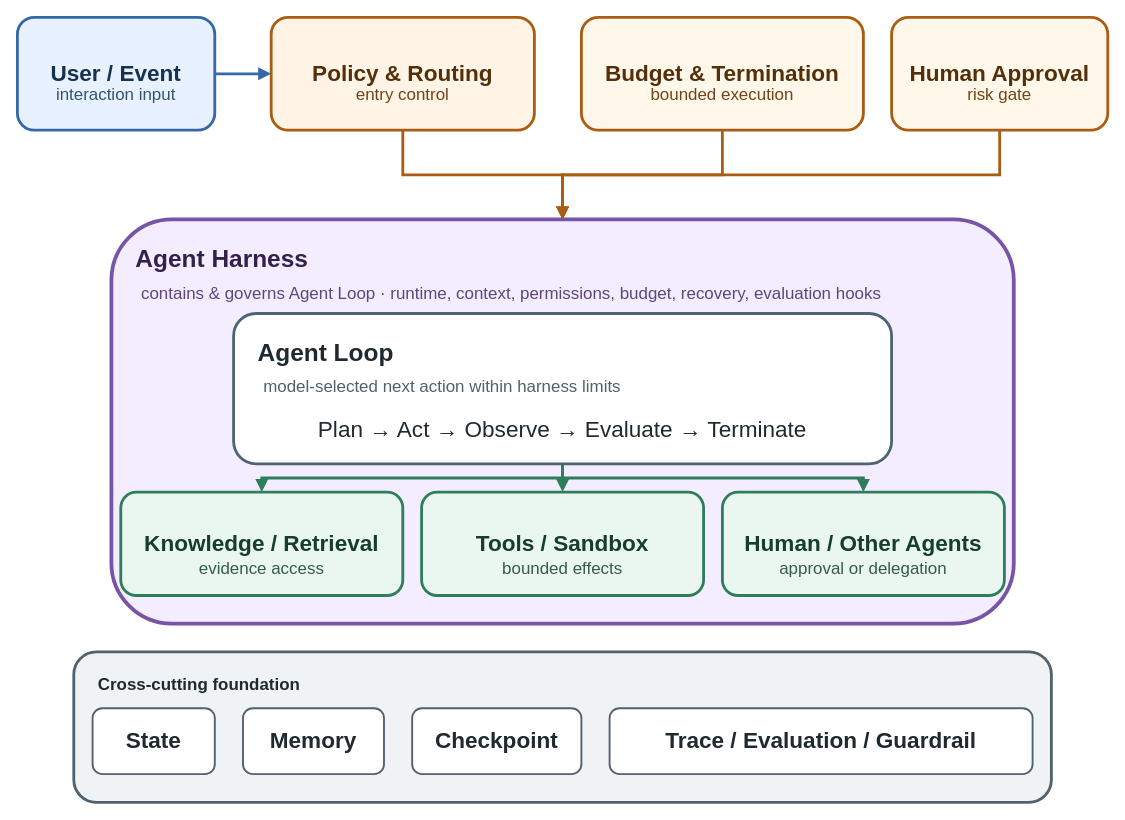
Above: diagrams/agt-c-01-agent-system-boundary.drawio in sealday/tego-arch (draw.io), before the change. Source tidied: cells renumbered, new cells numbered last; positions are measured from the earlier drawing's top-left corner, leaving out a move shared by most shapes. Both pictures are drawn from the tidied source at 94%, with x=0, y=0 at pixel (17, 17).
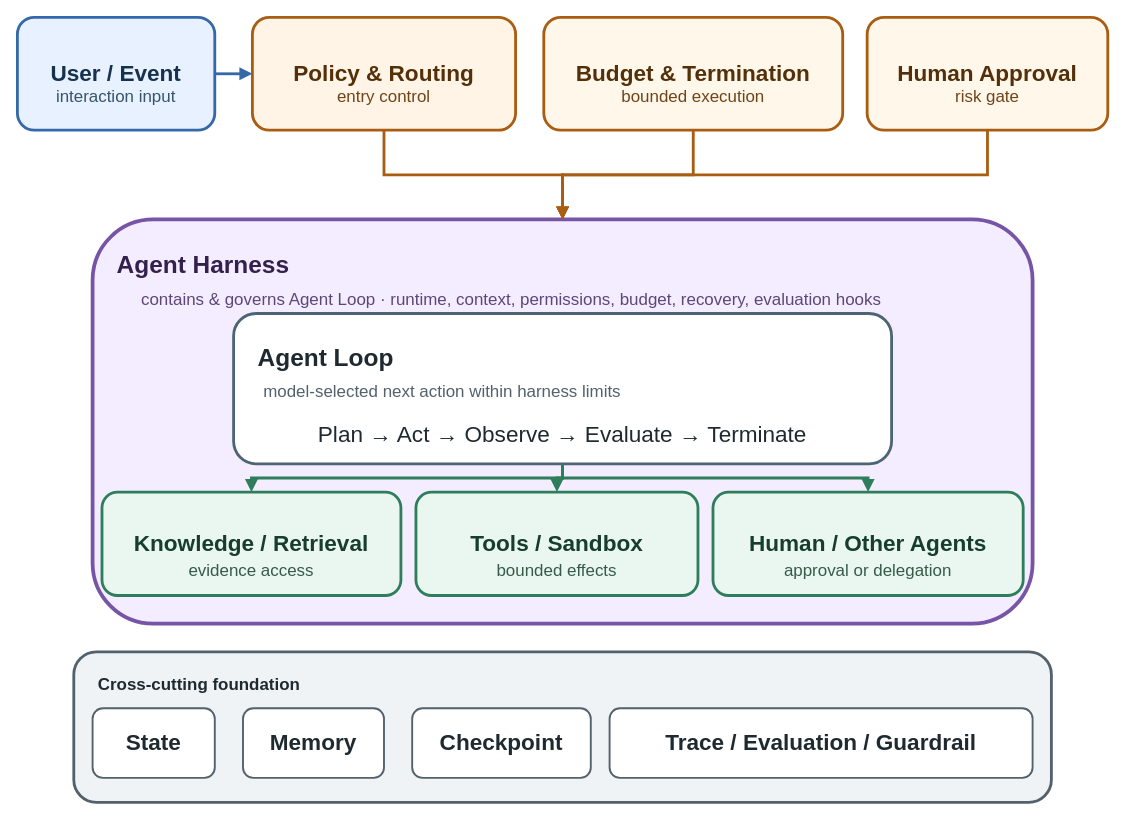
Above is the later version.

Commit message (it also covers changes not shown here):
fix(agentic): enforce diagram padding minima

Change to the diagram source:
```diff
@@
     <mxCell id="3" value="interaction input" style="text;html=0;strokeColor=none;fillColor=none;align=center;verticalAlign=middle;fontSize=18;fontColor=#36546B;" parent="1" vertex="1">
-      <mxGeometry x="24" y="68" width="162" height="24" as="geometry" />
+      <mxGeometry x="24" y="70" width="162" height="24" as="geometry" />
     </mxCell>
     <mxCell id="4" value="Policy &amp; Routing" style="rounded=1;whiteSpace=wrap;html=0;fillColor=#FFF4E5;strokeColor=#A95D13;strokeWidth=3;fontSize=24;fontStyle=1;fontColor=#53300A;align=center;verticalAlign=middle;" parent="1" vertex="1">
-      <mxGeometry x="270" width="280" height="120" as="geometry" />
+      <mxGeometry x="250" width="280" height="120" as="geometry" />
     </mxCell>
     <mxCell id="5" value="entry control" style="text;html=0;strokeColor=none;fillColor=none;align=center;verticalAlign=middle;fontSize=18;fontColor=#704318;" parent="1" vertex="1">
-      <mxGeometry x="294" y="68" width="232" height="24" as="geometry" />
+      <mxGeometry x="274" y="70" width="232" height="24" as="geometry" />
     </mxCell>
     <mxCell id="6" value="Budget &amp; Termination" style="rounded=1;whiteSpace=wrap;html=0;fillColor=#FFF8EA;strokeColor=#A95D13;strokeWidth=3;fontSize=24;fontStyle=1;fontColor=#53300A;align=center;verticalAlign=middle;" parent="1" vertex="1">
-      <mxGeometry x="600" width="300" height="120" as="geometry" />
+      <mxGeometry x="560" width="318" height="120" as="geometry" />
     </mxCell>
     <mxCell id="7" value="bounded execution" style="text;html=0;strokeColor=none;fillColor=none;align=center;verticalAlign=middle;fontSize=18;fontColor=#704318;" parent="1" vertex="1">
-      <mxGeometry x="624" y="68" width="252" height="24" as="geometry" />
+      <mxGeometry x="584" y="70" width="270" height="24" as="geometry" />
     </mxCell>
     <mxCell id="8" value="Human Approval" style="rounded=1;whiteSpace=wrap;html=0;fillColor=#FFF8EA;strokeColor=#A95D13;strokeWidth=3;fontSize=24;fontStyle=1;fontColor=#53300A;align=center;verticalAlign=middle;" parent="1" vertex="1">
-      <mxGeometry x="930" width="230" height="120" as="geometry" />
+      <mxGeometry x="904" width="256" height="120" as="geometry" />
     </mxCell>
     <mxCell id="9" value="risk gate" style="text;html=0;strokeColor=none;fillColor=none;align=center;verticalAlign=middle;fontSize=18;fontColor=#704318;" parent="1" vertex="1">
-      <mxGeometry x="954" y="68" width="182" height="24" as="geometry" />
+      <mxGeometry x="928" y="70" width="208" height="24" as="geometry" />
     </mxCell>
-    <mxCell id="10" value="Agent Harness" style="rounded=1;whiteSpace=wrap;html=0;fillColor=#F4EDFF;strokeColor=#7654A6;strokeWidth=4;fontSize=26;fontStyle=1;fontColor=#34204D;align=left;verticalAlign=top;spacingLeft=24;spacingTop=20;" parent="1" vertex="1">
-      <mxGeometry x="100" y="215" width="960" height="430" as="geometry" />
+    <mxCell id="10" value="Agent Harness" style="rounded=1;whiteSpace=wrap;html=0;fillColor=#F4EDFF;strokeColor=#7654A6;strokeWidth=4;fontSize=26;fontStyle=1;fontColor=#34204D;align=left;verticalAlign=top;spacingLeft=24;spacingTop=26;" parent="1" vertex="1">
+      <mxGeometry x="80" y="215" width="1000" height="430" as="geometry" />
     </mxCell>
     <mxCell id="11" value="contains &amp; governs Agent Loop · runtime, context, permissions, budget, recovery, evaluation hooks" style="text;html=0;strokeColor=none;fillColor=none;align=left;verticalAlign=middle;fontSize=18;fontColor=#5C4778;" parent="1" vertex="1">
-      <mxGeometry x="130" y="280" width="900" height="24" as="geometry" />
+      <mxGeometry x="130" y="286" width="900" height="24" as="geometry" />
     </mxCell>
-    <mxCell id="12" value="Agent Loop" style="rounded=1;whiteSpace=wrap;html=0;fillColor=#FFFFFF;strokeColor=#4D6475;strokeWidth=3;fontSize=26;fontStyle=1;fontColor=#1F2A30;align=left;verticalAlign=top;spacingLeft=24;spacingTop=20;" parent="1" vertex="1">
+    <mxCell id="12" value="Agent Loop" style="rounded=1;whiteSpace=wrap;html=0;fillColor=#FFFFFF;strokeColor=#4D6475;strokeWidth=3;fontSize=26;fontStyle=1;fontColor=#1F2A30;align=left;verticalAlign=top;spacingLeft=24;spacingTop=25;" parent="1" vertex="1">
       <mxGeometry x="230" y="315" width="700" height="160" as="geometry" />
     </mxCell>
     <mxCell id="13" value="model-selected next action within harness limits" style="text;html=0;strokeColor=none;fillColor=none;align=left;verticalAlign=middle;fontSize=18;fontColor=#52616B;" parent="1" vertex="1">
-      <mxGeometry x="260" y="379" width="640" height="24" as="geometry" />
+      <mxGeometry x="260" y="384" width="640" height="24" as="geometry" />
     </mxCell>
     <mxCell id="14" value="Plan → Act → Observe → Evaluate → Terminate" style="text;html=0;strokeColor=none;fillColor=none;align=center;verticalAlign=middle;fontSize=24;fontColor=#1F2A30;" parent="1" vertex="1">
-      <mxGeometry x="260" y="421" width="640" height="30" as="geometry" />
+      <mxGeometry x="260" y="426" width="640" height="30" as="geometry" />
     </mxCell>
     <mxCell id="15" value="Knowledge / Retrieval" style="rounded=1;whiteSpace=wrap;html=0;fillColor=#EAF7F0;strokeColor=#2E7D5B;strokeWidth=3;fontSize=24;fontStyle=1;fontColor=#173D2D;align=center;verticalAlign=middle;" parent="1" vertex="1">
-      <mxGeometry x="110" y="505" width="300" height="110" as="geometry" />
+      <mxGeometry x="90" y="505" width="318" height="110" as="geometry" />
     </mxCell>
     <mxCell id="16" value="evidence access" style="text;html=0;strokeColor=none;fillColor=none;align=center;verticalAlign=middle;fontSize=18;fontColor=#365B49;" parent="1" vertex="1">
-      <mxGeometry x="134" y="573" width="252" height="24" as="geometry" />
+      <mxGeometry x="114" y="575" width="270" height="24" as="geometry" />
     </mxCell>
     <mxCell id="17" value="Tools / Sandbox" style="rounded=1;whiteSpace=wrap;html=0;fillColor=#EAF7F0;strokeColor=#2E7D5B;strokeWidth=3;fontSize=24;fontStyle=1;fontColor=#173D2D;align=center;verticalAlign=middle;" parent="1" vertex="1">
-      <mxGeometry x="430" y="505" width="300" height="110" as="geometry" />
+      <mxGeometry x="424" y="505" width="300" height="110" as="geometry" />
     </mxCell>
     <mxCell id="18" value="bounded effects" style="text;html=0;strokeColor=none;fillColor=none;align=center;verticalAlign=middle;fontSize=18;fontColor=#365B49;" parent="1" vertex="1">
-      <mxGeometry x="454" y="573" width="252" height="24" as="geometry" />
+      <mxGeometry x="448" y="575" width="252" height="24" as="geometry" />
     </mxCell>
     <mxCell id="19" value="Human / Other Agents" style="rounded=1;whiteSpace=wrap;html=0;fillColor=#EAF7F0;strokeColor=#2E7D5B;strokeWidth=3;fontSize=24;fontStyle=1;fontColor=#173D2D;align=center;verticalAlign=middle;" parent="1" vertex="1">
-      <mxGeometry x="750" y="505" width="300" height="110" as="geometry" />
+      <mxGeometry x="740" y="505" width="330" height="110" as="geometry" />
     </mxCell>
     <mxCell id="20" value="approval or delegation" style="text;html=0;strokeColor=none;fillColor=none;align=center;verticalAlign=middle;fontSize=18;fontColor=#365B49;" parent="1" vertex="1">
-      <mxGeometry x="774" y="573" width="252" height="24" as="geometry" />
+      <mxGeometry x="764" y="575" width="282" height="24" as="geometry" />
     </mxCell>
@@
     <mxCell id="22" value="State" style="rounded=1;whiteSpace=wrap;html=0;fillColor=#FFFFFF;strokeColor=#52616B;strokeWidth=2;fontSize=24;fontStyle=1;fontColor=#1F2A30;align=center;verticalAlign=middle;" parent="1" vertex="1">
-      <mxGeometry x="80" y="735" width="130" height="70" as="geometry" />
+      <mxGeometry x="80" y="735" width="130" height="74" as="geometry" />
     </mxCell>
     <mxCell id="23" value="Memory" style="rounded=1;whiteSpace=wrap;html=0;fillColor=#FFFFFF;strokeColor=#52616B;strokeWidth=2;fontSize=24;fontStyle=1;fontColor=#1F2A30;align=center;verticalAlign=middle;" parent="1" vertex="1">
-      <mxGeometry x="240" y="735" width="150" height="70" as="geometry" />
+      <mxGeometry x="240" y="735" width="150" height="74" as="geometry" />
     </mxCell>
     <mxCell id="24" value="Checkpoint" style="rounded=1;whiteSpace=wrap;html=0;fillColor=#FFFFFF;strokeColor=#52616B;strokeWidth=2;fontSize=24;fontStyle=1;fontColor=#1F2A30;align=center;verticalAlign=middle;" parent="1" vertex="1">
-      <mxGeometry x="420" y="735" width="180" height="70" as="geometry" />
+      <mxGeometry x="420" y="735" width="190" height="74" as="geometry" />
     </mxCell>
     <mxCell id="25" value="Trace / Evaluation / Guardrail" style="rounded=1;whiteSpace=wrap;html=0;fillColor=#FFFFFF;strokeColor=#52616B;strokeWidth=2;fontSize=24;fontStyle=1;fontColor=#1F2A30;align=center;verticalAlign=middle;" parent="1" vertex="1">
-      <mxGeometry x="630" y="735" width="450" height="70" as="geometry" />
+      <mxGeometry x="630" y="735" width="450" height="74" as="geometry" />
     </mxCell>
```
